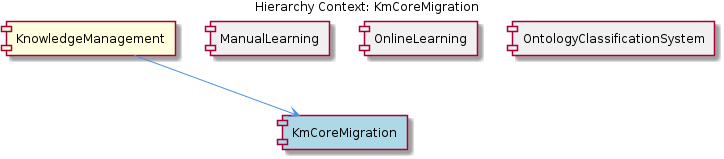
Before: knowledge-management/insights/images/km-core-migration-relationship.png, a diagram exported from PlantUML (fwornle/coding). Its source is kept beside it as .data/knowledge-graph/insights/puml/km-core-migration-relationship.puml.
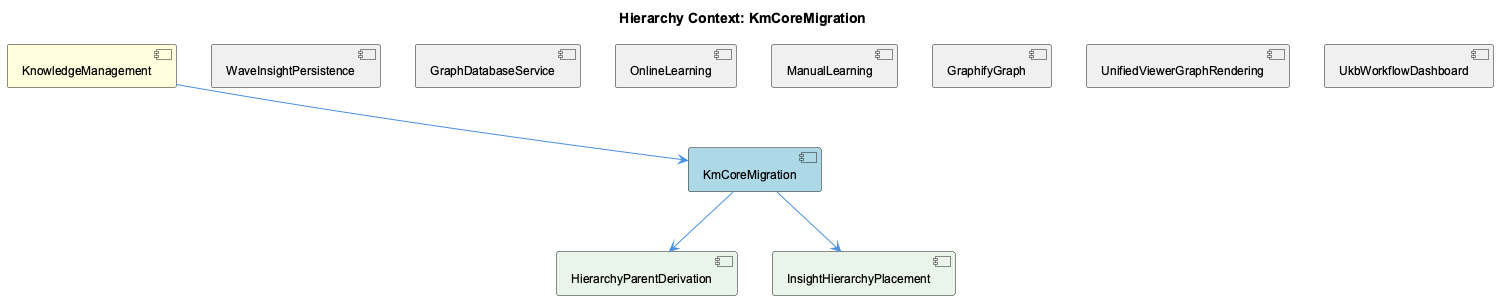
After the commit.

Diff of the diagram source:
```diff
@@ -5,13 +5,25 @@
 
 [KnowledgeManagement] as knowledge_management #FFFFDD
 [KmCoreMigration] as km_core_migration #LightBlue
+[WaveInsightPersistence] as wave_insight_persistence #F0F0F0
+[GraphDatabaseService] as graph_database_service #F0F0F0
+[OnlineLearning] as online_learning #F0F0F0
 [ManualLearning] as manual_learning #F0F0F0
-[OnlineLearning] as online_learning #F0F0F0
-[OntologyClassificationSystem] as ontology_classification_system #F0F0F0
+[GraphifyGraph] as graphify_graph #F0F0F0
+[UnifiedViewerGraphRendering] as unified_viewer_graph_rendering #F0F0F0
+[UkbWorkflowDashboard] as ukb_workflow_dashboard #F0F0F0
+[HierarchyParentDerivation] as hierarchy_parent_derivation #E8F5E8
+[InsightHierarchyPlacement] as insight_hierarchy_placement #E8F5E8
 
 knowledge_management --> km_core_migration
+wave_insight_persistence -[hidden]- km_core_migration
+graph_database_service -[hidden]- km_core_migration
+online_learning -[hidden]- km_core_migration
 manual_learning -[hidden]- km_core_migration
-online_learning -[hidden]- km_core_migration
-ontology_classification_system -[hidden]- km_core_migration
+graphify_graph -[hidden]- km_core_migration
+unified_viewer_graph_rendering -[hidden]- km_core_migration
+ukb_workflow_dashboard -[hidden]- km_core_migration
+km_core_migration --> hierarchy_parent_derivation
+km_core_migration --> insight_hierarchy_placement
 
 @enduml
```
